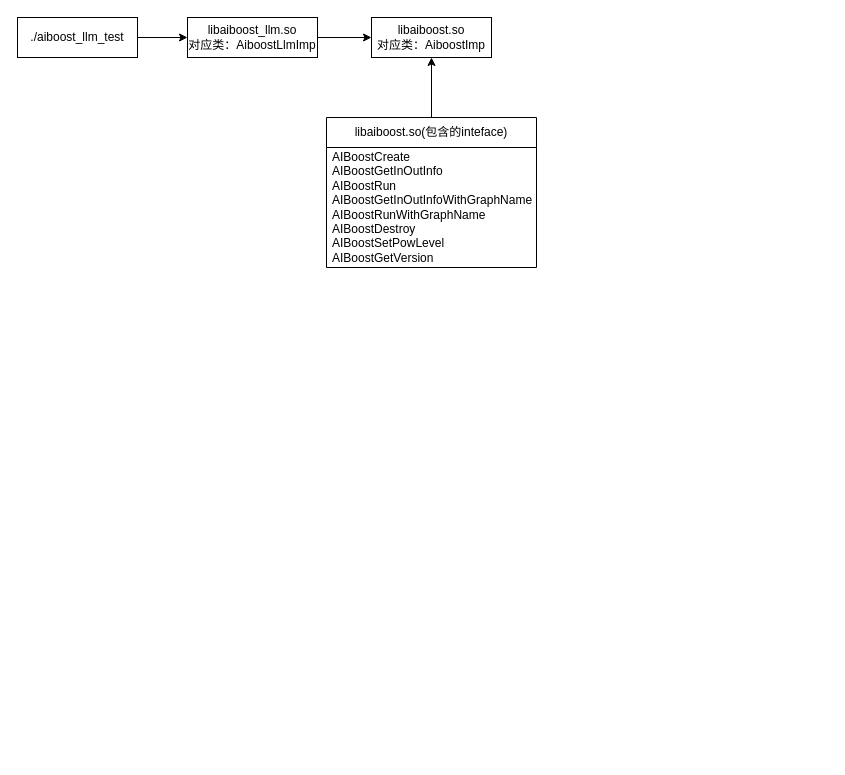
The draw.io diagram LLM/Aiboost.drawio in mailonghua/drawio, before the edit. Source tidied: cells renumbered, new cells numbered last; positions are measured from the earlier drawing's top-left corner, leaving out a move shared by most shapes. Both pictures are drawn from the tidied source at 100%, with x=0, y=0 at pixel (17, 17).
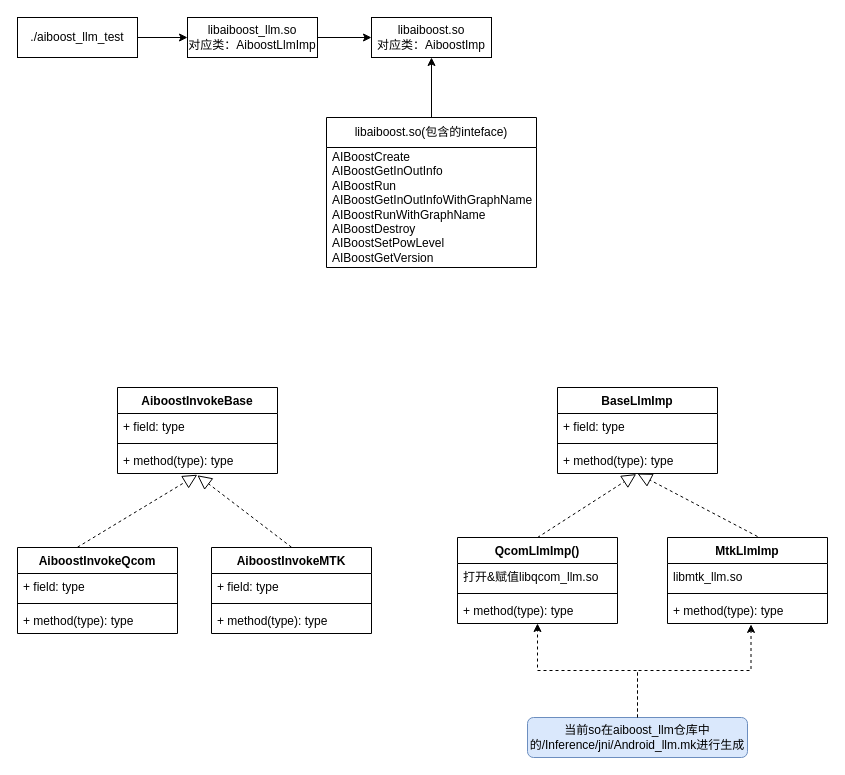
The same diagram, later.

Diff of the diagram source:
```diff
@@
+    <mxCell id="10" value="AiboostInvokeBase" style="swimlane;fontStyle=1;align=center;verticalAlign=top;horizontal=1;startSize=26;whiteSpace=wrap;html=1;" parent="1" vertex="1">
+      <mxGeometry x="100" y="370" width="160" height="86" as="geometry" />
+    </mxCell>
+    <mxCell id="11" value="+ field: type" style="text;strokeColor=none;fillColor=none;align=left;verticalAlign=top;spacingLeft=4;spacingRight=4;overflow=hidden;whiteSpace=wrap;html=1;" parent="10" vertex="1">
+      <mxGeometry y="26" width="160" height="26" as="geometry" />
+    </mxCell>
+    <mxCell id="12" style="line;strokeWidth=1;fillColor=none;align=left;verticalAlign=middle;spacingTop=-1;spacingLeft=3;spacingRight=3;labelPosition=right;strokeColor=inherit;" parent="10" vertex="1">
+      <mxGeometry y="52" width="160" height="8" as="geometry" />
+    </mxCell>
+    <mxCell id="13" value="+ method(type): type" style="text;strokeColor=none;fillColor=none;align=left;verticalAlign=top;spacingLeft=4;spacingRight=4;overflow=hidden;points=[[0,0.5],[1,0.5]];portConstraint=eastwest;whiteSpace=wrap;html=1;" parent="10" vertex="1">
+      <mxGeometry y="60" width="160" height="26" as="geometry" />
+    </mxCell>
+    <mxCell id="14" value="AiboostInvokeQcom" style="swimlane;fontStyle=1;align=center;verticalAlign=top;horizontal=1;startSize=26;whiteSpace=wrap;html=1;" parent="1" vertex="1">
+      <mxGeometry y="530" width="160" height="86" as="geometry" />
+    </mxCell>
+    <mxCell id="15" value="+ field: type" style="text;strokeColor=none;fillColor=none;align=left;verticalAlign=top;spacingLeft=4;spacingRight=4;overflow=hidden;whiteSpace=wrap;html=1;" parent="14" vertex="1">
+      <mxGeometry y="26" width="160" height="26" as="geometry" />
+    </mxCell>
+    <mxCell id="16" style="line;strokeWidth=1;fillColor=none;align=left;verticalAlign=middle;spacingTop=-1;spacingLeft=3;spacingRight=3;labelPosition=right;strokeColor=inherit;" parent="14" vertex="1">
+      <mxGeometry y="52" width="160" height="8" as="geometry" />
+    </mxCell>
+    <mxCell id="17" value="+ method(type): type" style="text;strokeColor=none;fillColor=none;align=left;verticalAlign=top;spacingLeft=4;spacingRight=4;overflow=hidden;whiteSpace=wrap;html=1;" parent="14" vertex="1">
+      <mxGeometry y="60" width="160" height="26" as="geometry" />
+    </mxCell>
+    <mxCell id="18" value="AiboostInvokeMTK" style="swimlane;fontStyle=1;align=center;verticalAlign=top;horizontal=1;startSize=26;whiteSpace=wrap;html=1;" parent="1" vertex="1">
+      <mxGeometry x="194" y="530" width="160" height="86" as="geometry" />
+    </mxCell>
+    <mxCell id="19" value="+ field: type" style="text;strokeColor=none;fillColor=none;align=left;verticalAlign=top;spacingLeft=4;spacingRight=4;overflow=hidden;whiteSpace=wrap;html=1;" parent="18" vertex="1">
+      <mxGeometry y="26" width="160" height="26" as="geometry" />
+    </mxCell>
+    <mxCell id="20" style="line;strokeWidth=1;fillColor=none;align=left;verticalAlign=middle;spacingTop=-1;spacingLeft=3;spacingRight=3;labelPosition=right;strokeColor=inherit;" parent="18" vertex="1">
+      <mxGeometry y="52" width="160" height="8" as="geometry" />
+    </mxCell>
+    <mxCell id="21" value="+ method(type): type" style="text;strokeColor=none;fillColor=none;align=left;verticalAlign=top;spacingLeft=4;spacingRight=4;overflow=hidden;whiteSpace=wrap;html=1;" parent="18" vertex="1">
+      <mxGeometry y="60" width="160" height="26" as="geometry" />
+    </mxCell>
+    <mxCell id="22" style="endArrow=block;dashed=1;endFill=0;endSize=12;html=1;rounded=0;entryX=0.499;entryY=1.045;entryDx=0;entryDy=0;entryPerimeter=0;" parent="1" edge="1" target="13">
+      <mxGeometry relative="1" as="geometry">
+        <mxPoint x="60" y="529.7" as="sourcePoint" />
+      </mxGeometry>
+    </mxCell>
+    <mxCell id="23" style="endArrow=block;dashed=1;endFill=0;endSize=12;html=1;rounded=0;entryX=0.499;entryY=1.068;entryDx=0;entryDy=0;entryPerimeter=0;" parent="1" edge="1" target="13">
+      <mxGeometry relative="1" as="geometry">
+        <mxPoint x="274" y="529.7" as="sourcePoint" />
+      </mxGeometry>
+    </mxCell>
+    <mxCell id="24" value="BaseLlmImp" style="swimlane;fontStyle=1;align=center;verticalAlign=top;horizontal=1;startSize=26;whiteSpace=wrap;html=1;" parent="1" vertex="1">
+      <mxGeometry x="540" y="370" width="160" height="86" as="geometry" />
+    </mxCell>
+    <mxCell id="25" value="+ field: type" style="text;strokeColor=none;fillColor=none;align=left;verticalAlign=top;spacingLeft=4;spacingRight=4;overflow=hidden;whiteSpace=wrap;html=1;" parent="24" vertex="1">
+      <mxGeometry y="26" width="160" height="26" as="geometry" />
+    </mxCell>
+    <mxCell id="26" style="line;strokeWidth=1;fillColor=none;align=left;verticalAlign=middle;spacingTop=-1;spacingLeft=3;spacingRight=3;labelPosition=right;strokeColor=inherit;" parent="24" vertex="1">
+      <mxGeometry y="52" width="160" height="8" as="geometry" />
+    </mxCell>
+    <mxCell id="27" value="+ method(type): type" style="text;strokeColor=none;fillColor=none;align=left;verticalAlign=top;spacingLeft=4;spacingRight=4;overflow=hidden;points=[[0,0.5],[1,0.5]];portConstraint=eastwest;whiteSpace=wrap;html=1;" parent="24" vertex="1">
+      <mxGeometry y="60" width="160" height="26" as="geometry" />
+    </mxCell>
+    <mxCell id="28" value="QcomLlmImp()" style="swimlane;fontStyle=1;align=center;verticalAlign=top;horizontal=1;startSize=26;whiteSpace=wrap;html=1;" parent="1" vertex="1">
+      <mxGeometry x="440" y="520" width="160" height="86" as="geometry" />
+    </mxCell>
+    <mxCell id="29" value="打开&amp;amp;赋值libqcom_llm.so" style="text;strokeColor=none;fillColor=none;align=left;verticalAlign=top;spacingLeft=4;spacingRight=4;overflow=hidden;whiteSpace=wrap;html=1;" parent="28" vertex="1">
+      <mxGeometry y="26" width="160" height="26" as="geometry" />
+    </mxCell>
+    <mxCell id="30" style="line;strokeWidth=1;fillColor=none;align=left;verticalAlign=middle;spacingTop=-1;spacingLeft=3;spacingRight=3;labelPosition=right;strokeColor=inherit;" parent="28" vertex="1">
+      <mxGeometry y="52" width="160" height="8" as="geometry" />
+    </mxCell>
+    <mxCell id="31" value="+ method(type): type" style="text;strokeColor=none;fillColor=none;align=left;verticalAlign=top;spacingLeft=4;spacingRight=4;overflow=hidden;whiteSpace=wrap;html=1;" parent="28" vertex="1">
+      <mxGeometry y="60" width="160" height="26" as="geometry" />
+    </mxCell>
+    <mxCell id="32" value="MtkLlmImp" style="swimlane;fontStyle=1;align=center;verticalAlign=top;horizontal=1;startSize=26;whiteSpace=wrap;html=1;" parent="1" vertex="1">
+      <mxGeometry x="650" y="520" width="160" height="86" as="geometry" />
+    </mxCell>
+    <mxCell id="33" value="libmtk_llm.so" style="text;strokeColor=none;fillColor=none;align=left;verticalAlign=top;spacingLeft=4;spacingRight=4;overflow=hidden;whiteSpace=wrap;html=1;" parent="32" vertex="1">
+      <mxGeometry y="26" width="160" height="26" as="geometry" />
+    </mxCell>
+    <mxCell id="34" style="line;strokeWidth=1;fillColor=none;align=left;verticalAlign=middle;spacingTop=-1;spacingLeft=3;spacingRight=3;labelPosition=right;strokeColor=inherit;" parent="32" vertex="1">
+      <mxGeometry y="52" width="160" height="8" as="geometry" />
+    </mxCell>
+    <mxCell id="35" value="+ method(type): type" style="text;strokeColor=none;fillColor=none;align=left;verticalAlign=top;spacingLeft=4;spacingRight=4;overflow=hidden;points=[[0,0.5],[1,0.5]];portConstraint=eastwest;whiteSpace=wrap;html=1;" parent="32" vertex="1">
+      <mxGeometry y="60" width="160" height="26" as="geometry" />
+    </mxCell>
+    <mxCell id="36" style="endArrow=block;dashed=1;endFill=0;endSize=12;html=1;rounded=0;entryX=0.492;entryY=1.022;entryDx=0;entryDy=0;entryPerimeter=0;exitX=0.5;exitY=0;exitDx=0;exitDy=0;" parent="1" edge="1" source="28" target="27">
+      <mxGeometry relative="1" as="geometry" />
+    </mxCell>
+    <mxCell id="37" style="endArrow=block;dashed=1;endFill=0;endSize=12;html=1;rounded=0;entryX=0.5;entryY=1;entryDx=0;entryDy=0;" parent="1" edge="1" target="24">
+      <mxGeometry relative="1" as="geometry">
+        <mxPoint x="740" y="519" as="sourcePoint" />
+      </mxGeometry>
+    </mxCell>
+    <mxCell id="38" style="edgeStyle=orthogonalEdgeStyle;rounded=0;jettySize=auto;html=1;exitX=0.5;exitY=0;exitDx=0;exitDy=0;entryX=0.5;entryY=1;entryDx=0;entryDy=0;dashed=1;" parent="1" edge="1" source="39" target="28">
+      <mxGeometry relative="1" as="geometry" />
+    </mxCell>
+    <mxCell id="39" value="当前so在aiboost_llm仓库中的/Inference/jni/Android_llm.mk进行生成" style="rounded=1;whiteSpace=wrap;html=1;fillColor=#dae8fc;strokeColor=#6c8ebf;" parent="1" vertex="1">
+      <mxGeometry x="510" y="700" width="220" height="40" as="geometry" />
+    </mxCell>
+    <mxCell id="40" style="edgeStyle=orthogonalEdgeStyle;rounded=0;jettySize=auto;html=1;exitX=0.5;exitY=0;exitDx=0;exitDy=0;entryX=0.522;entryY=1.034;entryDx=0;entryDy=0;entryPerimeter=0;dashed=1;" parent="1" edge="1" source="39" target="35">
+      <mxGeometry relative="1" as="geometry" />
+    </mxCell>
```
